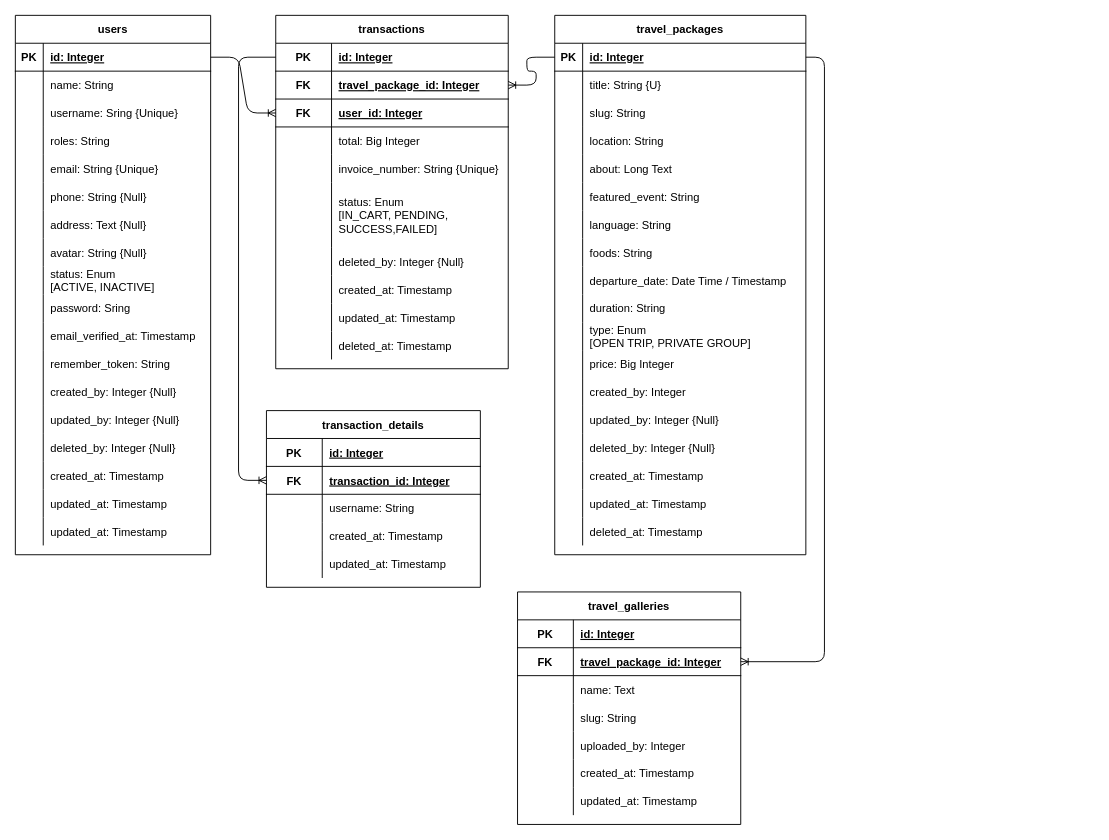
Earlier version of the draw.io diagram erd.drawio (luckyman1004/Travel_Laravel). Source tidied: cells renumbered, new cells numbered last; positions are measured from the earlier drawing's top-left corner, leaving out a move shared by most shapes. Both pictures are drawn from the tidied source at 93%, with x=0, y=0 at pixel (15, 15).
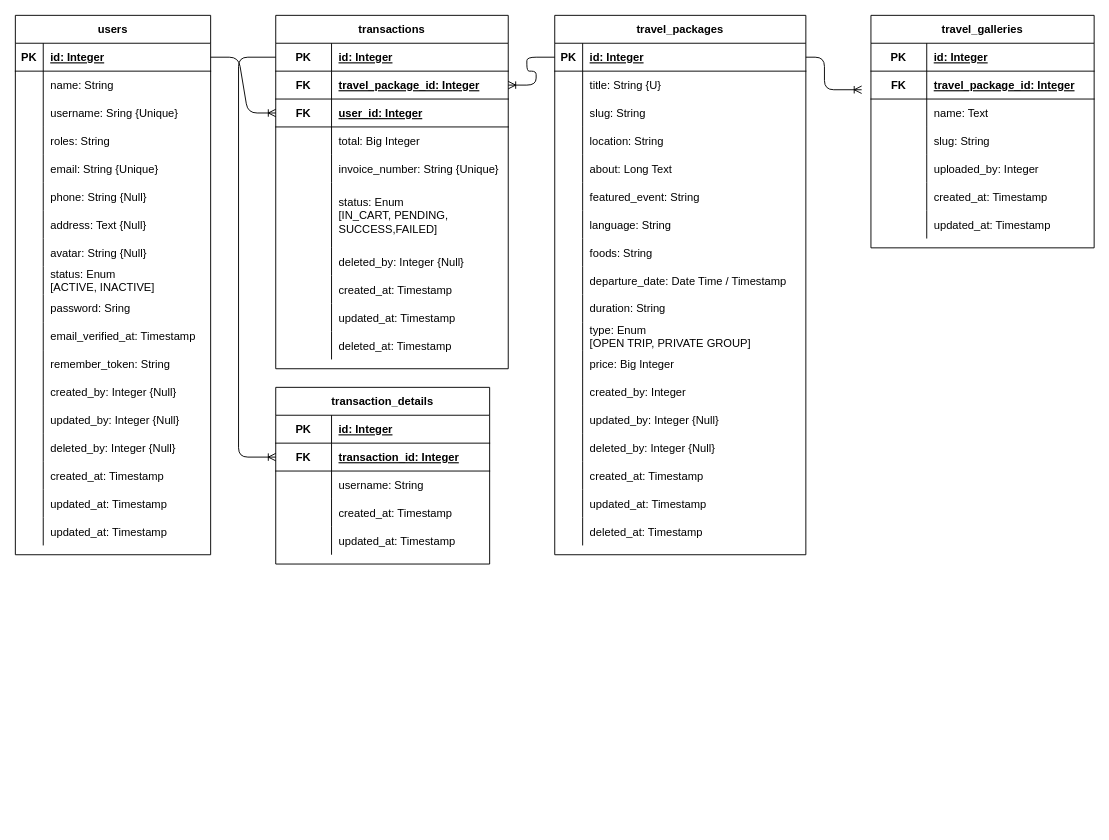
After the change.

Unchanged cells that the change refers to:
```xml
<mxCell id="58" style="shape=partialRectangle;fillColor=none;top=0;left=0;bottom=1;right=0;points=[[0,0.5],[1,0.5]];portConstraint=eastwest;" parent="57" vertex="1">
  <mxGeometry y="30" width="270" height="30" as="geometry" />
</mxCell>
<mxCell id="116" style="shape=partialRectangle;fillColor=none;top=0;left=0;bottom=1;right=0;points=[[0,0.5],[1,0.5]];portConstraint=eastwest;" parent="112" vertex="1">
  <mxGeometry y="60" width="240" height="30" as="geometry" />
</mxCell>
```

What changed in the source:
```diff
@@
     <mxCell id="112" value="travel_galleries" style="shape=table;startSize=30;childLayout=tableLayout;rowLines=0;fontStyle=1;align=center;fillColor=none;" parent="1" vertex="1">
-      <mxGeometry x="540" y="620" width="240" height="250" as="geometry" />
+      <mxGeometry x="920" width="240" height="250" as="geometry" />
     </mxCell>
@@
     <mxCell id="165" value="transaction_details" style="shape=table;startSize=30;childLayout=tableLayout;rowLines=0;fontStyle=1;align=center;fillColor=none;" parent="1" vertex="1">
-      <mxGeometry x="270" y="425" width="230" height="190" as="geometry" />
+      <mxGeometry x="280" y="400" width="230" height="190" as="geometry" />
     </mxCell>
@@
-    <mxCell id="183" style="edgeStyle=elbowEdgeStyle;fontSize=12;html=1;endArrow=none;endFill=0;startArrow=ERoneToMany;startFill=0;exitX=1;exitY=0.5;exitDx=0;exitDy=0;entryX=1;entryY=0.5;entryDx=0;entryDy=0;" parent="1" edge="1" source="116" target="58">
+    <mxCell id="183" style="edgeStyle=elbowEdgeStyle;fontSize=12;html=1;endArrow=none;endFill=0;startArrow=ERoneToMany;startFill=0;entryX=1;entryY=0.5;entryDx=0;entryDy=0;" parent="1" edge="1" target="58">
       <mxGeometry relative="1" as="geometry">
+        <mxPoint x="910" y="80" as="sourcePoint" />
         <Array as="points">
+          <mxPoint x="870" y="90" />
+          <mxPoint x="920" y="60" />
+          <mxPoint x="940" y="70" />
+          <mxPoint x="890" y="260" />
           <mxPoint x="870" y="210" />
           <mxPoint x="860" y="170" />
           <mxPoint x="840" y="200" />
           <mxPoint x="800" y="590" />
         </Array>
       </mxGeometry>
     </mxCell>
```
